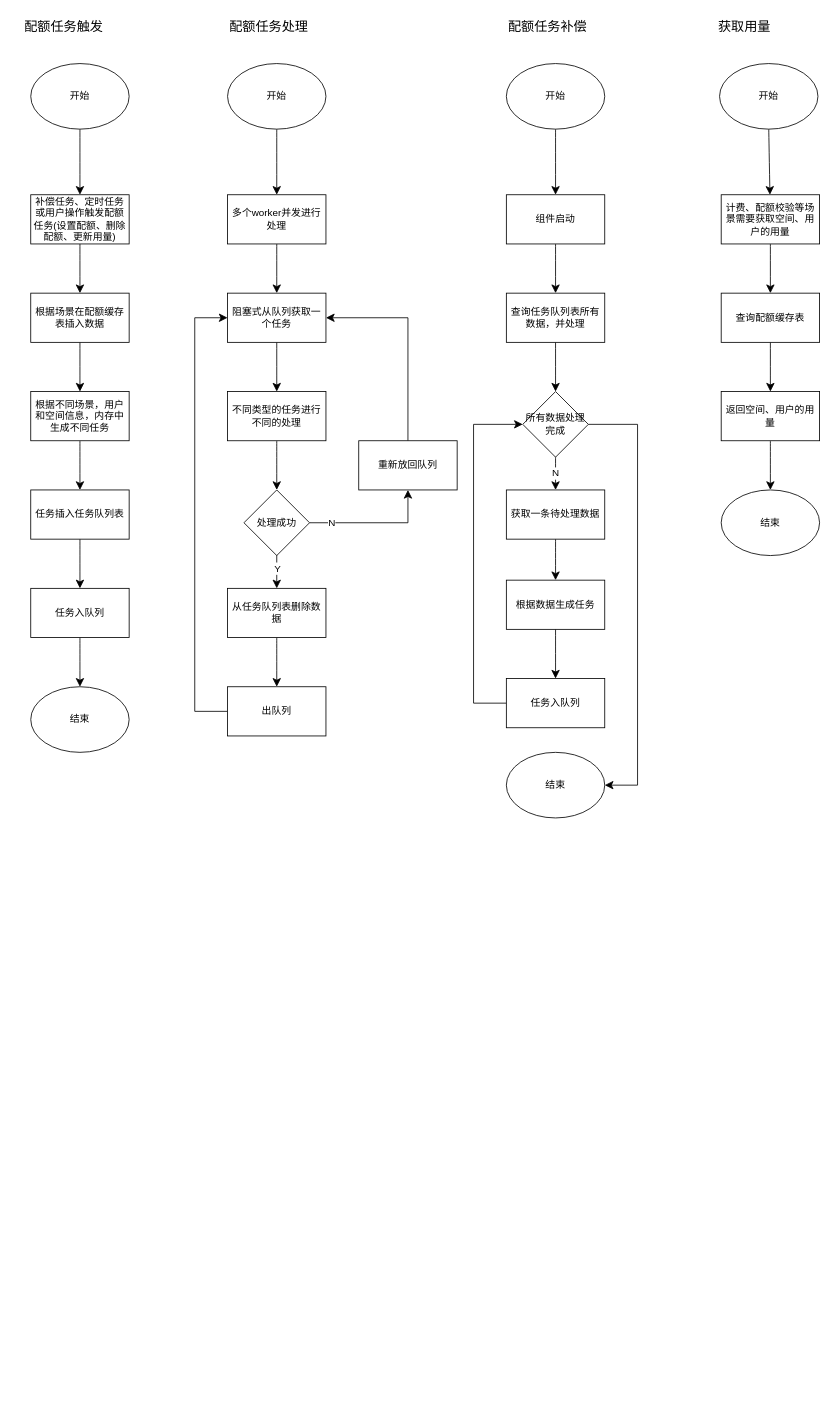
The draw.io diagram page "技术方案设计" (3 of 3) of 智算中心/配额接入.drawio in paochiang/draw, before the edit. Source tidied: cells renumbered, new cells numbered last; positions are measured from the earlier drawing's top-left corner, leaving out a move shared by most shapes. Both pictures are drawn from the tidied source at 82%, with x=0, y=0 at pixel (14, 14).
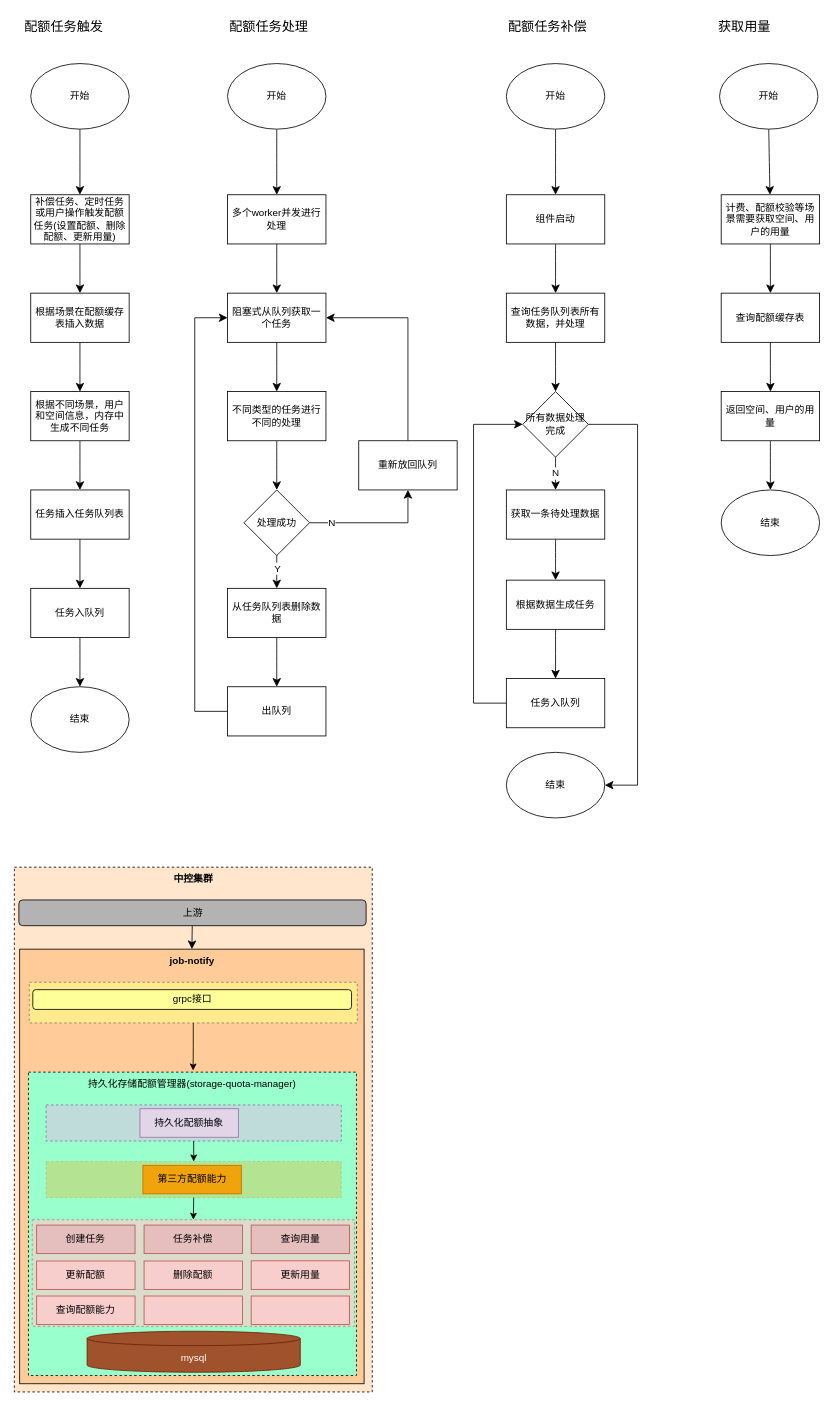
The same diagram, later.

The edit, as a diff of the source:
```diff
@@
+    <mxCell id="63" value="&lt;b&gt;中控集群&lt;/b&gt;" style="rounded=0;whiteSpace=wrap;html=1;fillColor=#FFE6CC;align=center;verticalAlign=top;dashed=1;" parent="1" vertex="1">
+      <mxGeometry y="1040" width="436.5" height="640" as="geometry" />
+    </mxCell>
+    <mxCell id="64" value="&lt;b&gt;job-notify&lt;/b&gt;" style="rounded=0;whiteSpace=wrap;html=1;fillColor=#FFCC99;align=center;verticalAlign=top;" parent="1" vertex="1">
+      <mxGeometry x="6.5" y="1140" width="420" height="530" as="geometry" />
+    </mxCell>
+    <mxCell id="65" style="edgeStyle=orthogonalEdgeStyle;rounded=0;jettySize=auto;html=1;strokeColor=#23445D;entryX=0.75;entryY=0;entryDx=0;entryDy=0;" parent="1" edge="1" target="66">
+      <mxGeometry relative="1" as="geometry">
+        <mxPoint x="317.2" y="1358.4" as="sourcePoint" />
+      </mxGeometry>
+    </mxCell>
+    <mxCell id="66" value="持久化存储配额管理器(storage-quota-manager)" style="rounded=1;whiteSpace=wrap;html=1;fillColor=#99FFCC;verticalAlign=top;arcSize=0;dashed=1;" parent="1" vertex="1">
+      <mxGeometry x="17.2" y="1290" width="400" height="370" as="geometry" />
+    </mxCell>
+    <mxCell id="67" style="edgeStyle=orthogonalEdgeStyle;rounded=0;jettySize=auto;html=1;exitX=0.5;exitY=1;exitDx=0;exitDy=0;" parent="1" edge="1" source="86">
+      <mxGeometry relative="1" as="geometry">
+        <mxPoint x="218" y="1288" as="targetPoint" />
+      </mxGeometry>
+    </mxCell>
+    <mxCell id="68" style="edgeStyle=none;curved=1;rounded=0;jettySize=auto;html=1;fontSize=12;startSize=8;endSize=8;entryX=0.5;entryY=0;entryDx=0;entryDy=0;" parent="1" edge="1" source="69" target="64">
+      <mxGeometry relative="1" as="geometry" />
+    </mxCell>
+    <mxCell id="69" value="上游" style="rounded=1;whiteSpace=wrap;html=1;fillColor=#B3B3B3;" parent="1" vertex="1">
+      <mxGeometry x="5.5" y="1080" width="423.5" height="31.4" as="geometry" />
+    </mxCell>
+    <mxCell id="70" style="html=1;whiteSpace=wrap;dashed=1;fillColor=#f0a30a;fontColor=#000000;strokeColor=#BD7000;opacity=30;" parent="1" vertex="1">
+      <mxGeometry x="38.7" y="1399" width="360" height="44" as="geometry" />
+    </mxCell>
+    <mxCell id="71" style="html=1;whiteSpace=wrap;dashed=1;fillColor=#d0cee2;strokeColor=#56517e;opacity=70;" parent="1" vertex="1">
+      <mxGeometry x="38.7" y="1330" width="360" height="44" as="geometry" />
+    </mxCell>
+    <mxCell id="72" value="持久化配额抽象" style="rounded=0;whiteSpace=wrap;html=1;strokeColor=#9673a6;fillColor=#e1d5e7;" parent="1" vertex="1">
+      <mxGeometry x="153.2" y="1334.6" width="120" height="34.8" as="geometry" />
+    </mxCell>
+    <mxCell id="73" style="group;" parent="1" vertex="1">
+      <mxGeometry x="44.2" y="1403.6" width="349" height="34.8" as="geometry" />
+    </mxCell>
+    <mxCell id="74" value="第三方配额能力" style="rounded=0;whiteSpace=wrap;html=1;strokeColor=#BD7000;fillColor=#f0a30a;fontColor=#000000;" parent="73" vertex="1">
+      <mxGeometry x="112.6" width="120" height="34.8" as="geometry" />
+    </mxCell>
+    <mxCell id="75" style="html=1;whiteSpace=wrap;dashed=1;fillColor=#f8cecc;strokeColor=#b85450;opacity=70;" parent="1" vertex="1">
+      <mxGeometry x="21.8" y="1470" width="393" height="130" as="geometry" />
+    </mxCell>
+    <mxCell id="76" value="创建任务" style="rounded=0;whiteSpace=wrap;html=1;strokeColor=#b85450;fillColor=#E4BFBD;" parent="1" vertex="1">
+      <mxGeometry x="27.2" y="1476.5" width="120" height="34.8" as="geometry" />
+    </mxCell>
+    <mxCell id="77" value="更新配额" style="rounded=0;whiteSpace=wrap;html=1;strokeColor=#b85450;fillColor=#f8cecc;" parent="1" vertex="1">
+      <mxGeometry x="27.2" y="1520.3" width="120" height="34.8" as="geometry" />
+    </mxCell>
+    <mxCell id="78" value="查询配额能力" style="rounded=0;whiteSpace=wrap;html=1;strokeColor=#b85450;fillColor=#f8cecc;" parent="1" vertex="1">
+      <mxGeometry x="27.2" y="1563" width="120" height="34.8" as="geometry" />
+    </mxCell>
+    <mxCell id="79" value="删除配额" style="rounded=0;whiteSpace=wrap;html=1;strokeColor=#b85450;fillColor=#f8cecc;" parent="1" vertex="1">
+      <mxGeometry x="158.2" y="1520.3" width="120" height="34.8" as="geometry" />
+    </mxCell>
+    <mxCell id="80" style="rounded=0;whiteSpace=wrap;html=1;strokeColor=#b85450;fillColor=#f8cecc;" parent="1" vertex="1">
+      <mxGeometry x="158.2" y="1563" width="120" height="34.8" as="geometry" />
+    </mxCell>
+    <mxCell id="81" value="任务补偿" style="rounded=0;whiteSpace=wrap;html=1;strokeColor=#b85450;fillColor=#E4BFBD;" parent="1" vertex="1">
+      <mxGeometry x="158.2" y="1476.5" width="120" height="34.8" as="geometry" />
+    </mxCell>
+    <mxCell id="82" value="查询用量" style="rounded=0;whiteSpace=wrap;html=1;strokeColor=#b85450;fillColor=#E4BFBD;" parent="1" vertex="1">
+      <mxGeometry x="288.8" y="1476.5" width="120" height="34.8" as="geometry" />
+    </mxCell>
+    <mxCell id="83" value="更新用量" style="rounded=0;whiteSpace=wrap;html=1;strokeColor=#b85450;fillColor=#f8cecc;" parent="1" vertex="1">
+      <mxGeometry x="288.8" y="1520.1" width="120" height="34.8" as="geometry" />
+    </mxCell>
+    <mxCell id="84" style="rounded=0;whiteSpace=wrap;html=1;strokeColor=#b85450;fillColor=#f8cecc;" parent="1" vertex="1">
+      <mxGeometry x="288.8" y="1563" width="120" height="34.8" as="geometry" />
+    </mxCell>
+    <mxCell id="85" style="edgeStyle=none;curved=1;rounded=0;orthogonalLoop=1;jettySize=auto;html=1;exitX=0.5;exitY=1;exitDx=0;exitDy=0;fontSize=12;startSize=8;endSize=8;" parent="1" edge="1" source="63" target="63">
+      <mxGeometry relative="1" as="geometry" />
+    </mxCell>
+    <mxCell id="86" style="html=1;whiteSpace=wrap;dashed=1;fillColor=#ffff88;strokeColor=#36393d;opacity=60;" parent="1" vertex="1">
+      <mxGeometry x="18.2" y="1180.4" width="400" height="49.6" as="geometry" />
+    </mxCell>
+    <mxCell id="87" value="grpc接口" style="rounded=1;whiteSpace=wrap;html=1;fillColor=#FFFF99;" parent="1" vertex="1">
+      <mxGeometry x="22.5" y="1189.4" width="388.7" height="24.1" as="geometry" />
+    </mxCell>
+    <mxCell id="88" style="rounded=0;jettySize=auto;html=1;exitX=0.5;exitY=1;exitDx=0;exitDy=0;entryX=0.5;entryY=0;entryDx=0;entryDy=0;" parent="1" edge="1" source="71" target="70">
+      <mxGeometry relative="1" as="geometry" />
+    </mxCell>
+    <mxCell id="89" style="rounded=0;jettySize=auto;html=1;exitX=0.5;exitY=1;exitDx=0;exitDy=0;entryX=0.5;entryY=0;entryDx=0;entryDy=0;" parent="1" edge="1" source="70" target="75">
+      <mxGeometry relative="1" as="geometry" />
+    </mxCell>
+    <mxCell id="90" value="mysql" style="shape=cylinder3;whiteSpace=wrap;html=1;boundedLbl=1;backgroundOutline=1;size=8.800048828125;fillColor=#a0522d;strokeColor=#6D1F00;fontColor=#ffffff;" parent="1" vertex="1">
+      <mxGeometry x="88.7" y="1606" width="260" height="50" as="geometry" />
+    </mxCell>
```
